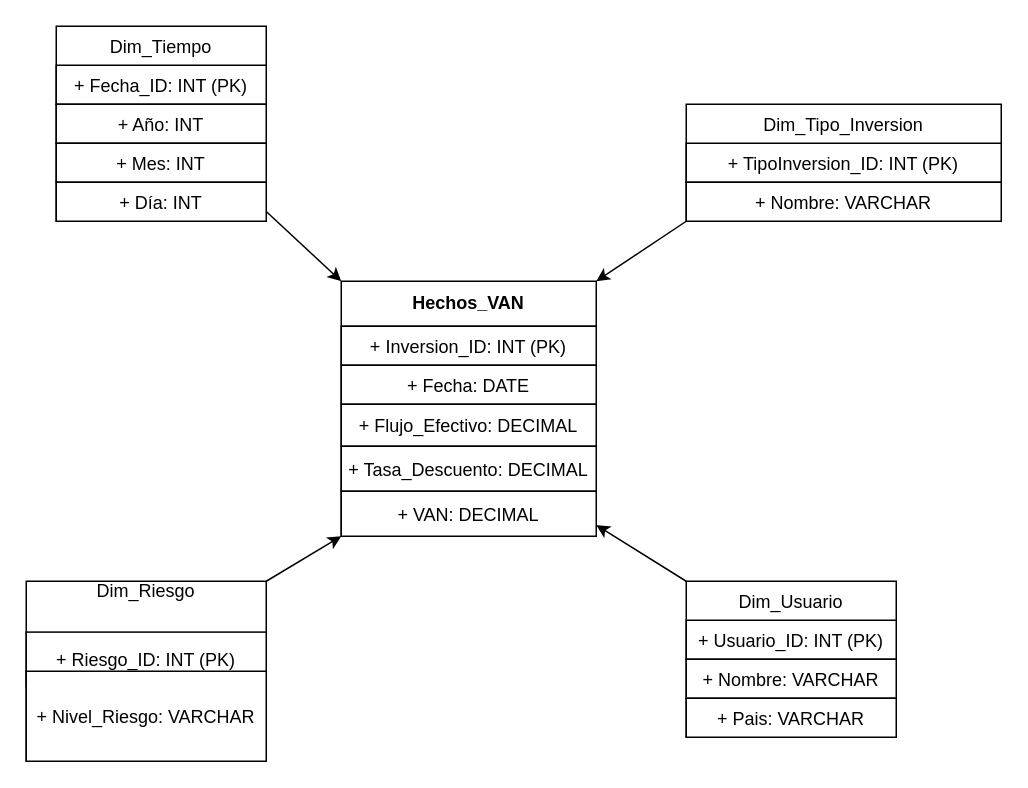
kjsvbshk/Business_Intelligence keeps this draw.io diagram as Datamart/VAN.drawio. Above is the earlier version. Source tidied: cells renumbered, new cells numbered last; positions are measured from the earlier drawing's top-left corner, leaving out a move shared by most shapes. Both pictures are drawn from the tidied source at 150%, with x=0, y=0 at pixel (26, 26).
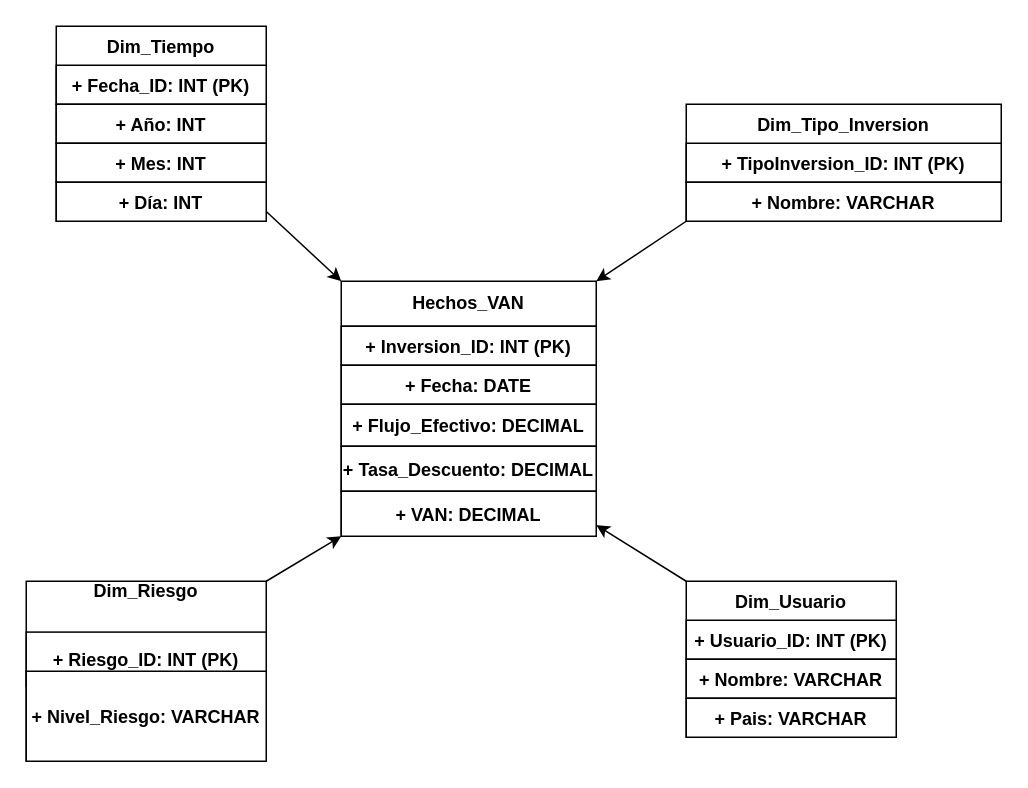
Above is the later version.

The change refers to these unchanged cells:
```xml
<mxCell id="2" value="Hechos_VAN" style="swimlane;fontStyle=1;horizontal=1;startSize=30;fillColor=none;whiteSpace=wrap;html=1;" parent="1" vertex="1">
  <mxGeometry x="210" y="170" width="170" height="170" as="geometry" />
</mxCell>
```

Change to the diagram source:
```diff
@@
-    <mxCell id="3" value="+ Inversion_ID: INT (PK)" parent="2" vertex="1">
+    <mxCell id="3" value="+ Inversion_ID: INT (PK)" style="fontStyle=1;" parent="2" vertex="1">
       <mxGeometry y="30" width="170" height="26" as="geometry" />
     </mxCell>
-    <mxCell id="4" value="+ Fecha: DATE" parent="2" vertex="1">
+    <mxCell id="4" value="+ Fecha: DATE" style="fontStyle=1;" parent="2" vertex="1">
       <mxGeometry y="56" width="170" height="26" as="geometry" />
     </mxCell>
-    <mxCell id="5" value="+ Flujo_Efectivo: DECIMAL" parent="2" vertex="1">
+    <mxCell id="5" value="+ Flujo_Efectivo: DECIMAL" style="fontStyle=1;" parent="2" vertex="1">
       <mxGeometry y="82" width="170" height="28" as="geometry" />
     </mxCell>
-    <mxCell id="6" value="+ Tasa_Descuento: DECIMAL" parent="2" vertex="1">
+    <mxCell id="6" value="+ Tasa_Descuento: DECIMAL" style="fontStyle=1;" parent="2" vertex="1">
       <mxGeometry y="110" width="170" height="30" as="geometry" />
     </mxCell>
-    <mxCell id="7" value="+ VAN: DECIMAL" parent="2" vertex="1">
+    <mxCell id="7" value="+ VAN: DECIMAL" style="fontStyle=1;" parent="2" vertex="1">
       <mxGeometry y="140" width="170" height="30" as="geometry" />
     </mxCell>
-    <mxCell id="8" value="Dim_Tiempo" style="verticalAlign=top;" parent="1" vertex="1">
+    <mxCell id="8" value="Dim_Tiempo" style="verticalAlign=top;fontStyle=1;" parent="1" vertex="1">
       <mxGeometry x="20" width="140" height="130" as="geometry" />
     </mxCell>
-    <mxCell id="9" value="+ Fecha_ID: INT (PK)" parent="8" vertex="1">
+    <mxCell id="9" value="+ Fecha_ID: INT (PK)" style="fontStyle=1;" parent="8" vertex="1">
       <mxGeometry y="26" width="140" height="26" as="geometry" />
     </mxCell>
-    <mxCell id="10" value="+ Año: INT" parent="8" vertex="1">
+    <mxCell id="10" value="+ Año: INT" style="fontStyle=1;" parent="8" vertex="1">
       <mxGeometry y="52" width="140" height="26" as="geometry" />
     </mxCell>
-    <mxCell id="11" value="+ Mes: INT" parent="8" vertex="1">
+    <mxCell id="11" value="+ Mes: INT" style="fontStyle=1;" parent="8" vertex="1">
       <mxGeometry y="78" width="140" height="26" as="geometry" />
     </mxCell>
-    <mxCell id="12" value="+ Día: INT" parent="8" vertex="1">
+    <mxCell id="12" value="+ Día: INT" style="fontStyle=1;" parent="8" vertex="1">
       <mxGeometry y="104" width="140" height="26" as="geometry" />
     </mxCell>
-    <mxCell id="13" value="Dim_Tipo_Inversion" style="verticalAlign=top;" parent="1" vertex="1">
+    <mxCell id="13" value="Dim_Tipo_Inversion" style="verticalAlign=top;fontStyle=1;" parent="1" vertex="1">
       <mxGeometry x="440" y="52" width="210" height="78" as="geometry" />
     </mxCell>
-    <mxCell id="14" value="+ TipoInversion_ID: INT (PK)" parent="13" vertex="1">
+    <mxCell id="14" value="+ TipoInversion_ID: INT (PK)" style="fontStyle=1;" parent="13" vertex="1">
       <mxGeometry y="26" width="210" height="26" as="geometry" />
     </mxCell>
-    <mxCell id="15" value="+ Nombre: VARCHAR" parent="13" vertex="1">
+    <mxCell id="15" value="+ Nombre: VARCHAR" style="fontStyle=1;" parent="13" vertex="1">
       <mxGeometry y="52" width="210" height="26" as="geometry" />
     </mxCell>
-    <mxCell id="16" value="Dim_Riesgo" style="spacingTop=-7;verticalAlign=top;" parent="1" vertex="1">
+    <mxCell id="16" value="Dim_Riesgo" style="spacingTop=-7;verticalAlign=top;fontStyle=1;" parent="1" vertex="1">
       <mxGeometry y="370" width="160" height="120" as="geometry" />
     </mxCell>
-    <mxCell id="17" value="+ Riesgo_ID: INT (PK)" parent="16" vertex="1">
+    <mxCell id="17" value="+ Riesgo_ID: INT (PK)" style="fontStyle=1;" parent="16" vertex="1">
       <mxGeometry y="33.9" width="160" height="36.1" as="geometry" />
     </mxCell>
-    <mxCell id="18" value="+ Nivel_Riesgo: VARCHAR" parent="16" vertex="1">
+    <mxCell id="18" value="+ Nivel_Riesgo: VARCHAR" style="fontStyle=1;" parent="16" vertex="1">
       <mxGeometry y="60" width="160" height="60" as="geometry" />
     </mxCell>
-    <mxCell id="19" value="Dim_Usuario" style="verticalAlign=top;" parent="1" vertex="1">
+    <mxCell id="19" value="Dim_Usuario" style="verticalAlign=top;fontStyle=1;" parent="1" vertex="1">
       <mxGeometry x="440" y="370" width="140" height="104" as="geometry" />
     </mxCell>
-    <mxCell id="20" value="+ Usuario_ID: INT (PK)" parent="19" vertex="1">
+    <mxCell id="20" value="+ Usuario_ID: INT (PK)" style="fontStyle=1;" parent="19" vertex="1">
       <mxGeometry y="26" width="140" height="26" as="geometry" />
     </mxCell>
-    <mxCell id="21" value="+ Nombre: VARCHAR" parent="19" vertex="1">
+    <mxCell id="21" value="+ Nombre: VARCHAR" style="fontStyle=1;" parent="19" vertex="1">
       <mxGeometry y="52" width="140" height="26" as="geometry" />
     </mxCell>
-    <mxCell id="22" value="+ Pais: VARCHAR" parent="19" vertex="1">
+    <mxCell id="22" value="+ Pais: VARCHAR" style="fontStyle=1;" parent="19" vertex="1">
       <mxGeometry y="78" width="140" height="26" as="geometry" />
     </mxCell>
-    <mxCell id="23" style="endArrow=classic;html=1;rounded=0;entryX=0;entryY=0;entryDx=0;entryDy=0;exitX=1;exitY=0.75;exitDx=0;exitDy=0;" parent="1" edge="1" source="12" target="2">
+    <mxCell id="23" style="endArrow=classic;html=1;rounded=0;entryX=0;entryY=0;entryDx=0;entryDy=0;exitX=1;exitY=0.75;exitDx=0;exitDy=0;fontStyle=1;" parent="1" edge="1" source="12" target="2">
       <mxGeometry relative="1" as="geometry" />
     </mxCell>
-    <mxCell id="24" style="endArrow=classic;html=1;rounded=0;entryX=1;entryY=0;entryDx=0;entryDy=0;exitX=0;exitY=1;exitDx=0;exitDy=0;" parent="1" edge="1" source="15" target="2">
+    <mxCell id="24" style="endArrow=classic;html=1;rounded=0;entryX=1;entryY=0;entryDx=0;entryDy=0;exitX=0;exitY=1;exitDx=0;exitDy=0;fontStyle=1;" parent="1" edge="1" source="15" target="2">
       <mxGeometry relative="1" as="geometry" />
     </mxCell>
-    <mxCell id="25" style="endArrow=classic;html=1;rounded=0;entryX=0;entryY=1;entryDx=0;entryDy=0;exitX=1;exitY=0;exitDx=0;exitDy=0;" parent="1" edge="1" source="16" target="2">
+    <mxCell id="25" style="endArrow=classic;html=1;rounded=0;entryX=0;entryY=1;entryDx=0;entryDy=0;exitX=1;exitY=0;exitDx=0;exitDy=0;fontStyle=1;" parent="1" edge="1" source="16" target="2">
       <mxGeometry relative="1" as="geometry" />
     </mxCell>
-    <mxCell id="26" style="endArrow=classic;html=1;rounded=0;entryX=1;entryY=0.75;entryDx=0;entryDy=0;exitX=0;exitY=0;exitDx=0;exitDy=0;" parent="1" edge="1" source="19" target="7">
+    <mxCell id="26" style="endArrow=classic;html=1;rounded=0;entryX=1;entryY=0.75;entryDx=0;entryDy=0;exitX=0;exitY=0;exitDx=0;exitDy=0;fontStyle=1;" parent="1" edge="1" source="19" target="7">
       <mxGeometry relative="1" as="geometry" />
     </mxCell>
```
